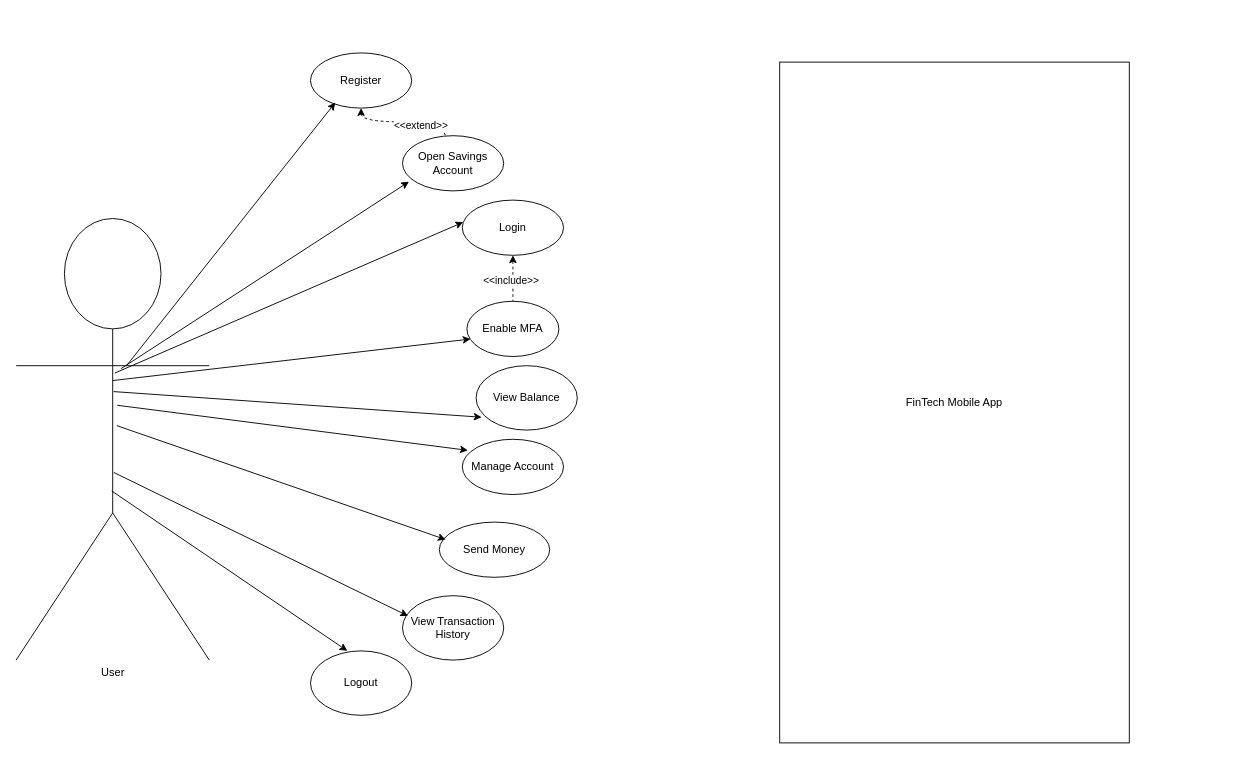
Earlier version of the draw.io diagram diagrams/use-case-diagram.drawio (kuzan99925/FinTech-App-Design). Source tidied: cells renumbered, new cells numbered last; positions are measured from the earlier drawing's top-left corner, leaving out a move shared by most shapes. Both pictures are drawn from the tidied source at 92%, with x=0, y=0 at pixel (16, 52).
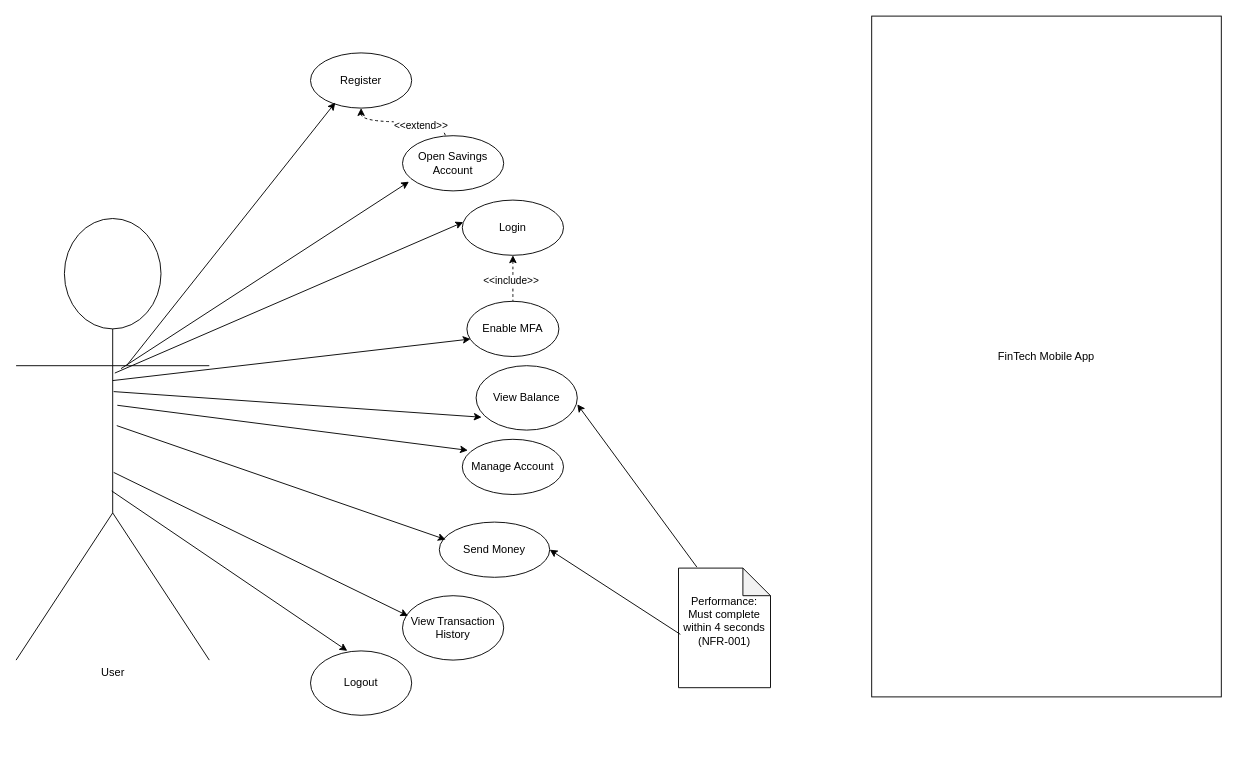
Above is the later version.

Unchanged cells that the change refers to:
```xml
<mxCell id="4" value="View Balance" style="ellipse;whiteSpace=wrap;html=1;fillColor=light-dark(#FFFFFF,#FF8000);" parent="1" vertex="1">
  <mxGeometry x="500" y="340" width="110" height="70" as="geometry" />
</mxCell>
<mxCell id="5" value="Send Money" style="ellipse;whiteSpace=wrap;html=1;fillColor=light-dark(#FFFFFF,#66CC00);" parent="1" vertex="1">
  <mxGeometry x="460" y="510" width="120" height="60" as="geometry" />
</mxCell>
```

Change to the diagram source:
```diff
@@
     <mxCell id="25" value="FinTech Mobile App" style="rounded=0;whiteSpace=wrap;html=1;" parent="1" vertex="1">
-      <mxGeometry x="830" y="10" width="380" height="740" as="geometry" />
+      <mxGeometry x="930" y="-40" width="380" height="740" as="geometry" />
     </mxCell>
+    <mxCell id="26" value="&#10;&lt;p style=&quot;white-space: pre-wrap;&quot; dir=&quot;auto&quot;&gt;Performance: Must complete within 4 seconds (NFR-001)&lt;/p&gt;&#10;&#10;" style="shape=note;whiteSpace=wrap;html=1;backgroundOutline=1;darkOpacity=0.05;" parent="1" vertex="1">
+      <mxGeometry x="720" y="560" width="100" height="130" as="geometry" />
+    </mxCell>
+    <mxCell id="27" style="endArrow=classic;html=1;rounded=0;entryX=1;entryY=0.5;entryDx=0;entryDy=0;exitX=0.02;exitY=0.554;exitDx=0;exitDy=0;exitPerimeter=0;" parent="1" edge="1" source="26" target="5">
+      <mxGeometry relative="1" as="geometry" />
+    </mxCell>
+    <mxCell id="28" style="endArrow=classic;html=1;rounded=0;entryX=1;entryY=0.6;entryDx=0;entryDy=0;entryPerimeter=0;exitX=0.2;exitY=-0.008;exitDx=0;exitDy=0;exitPerimeter=0;" parent="1" edge="1" source="26" target="4">
+      <mxGeometry relative="1" as="geometry" />
+    </mxCell>
```
